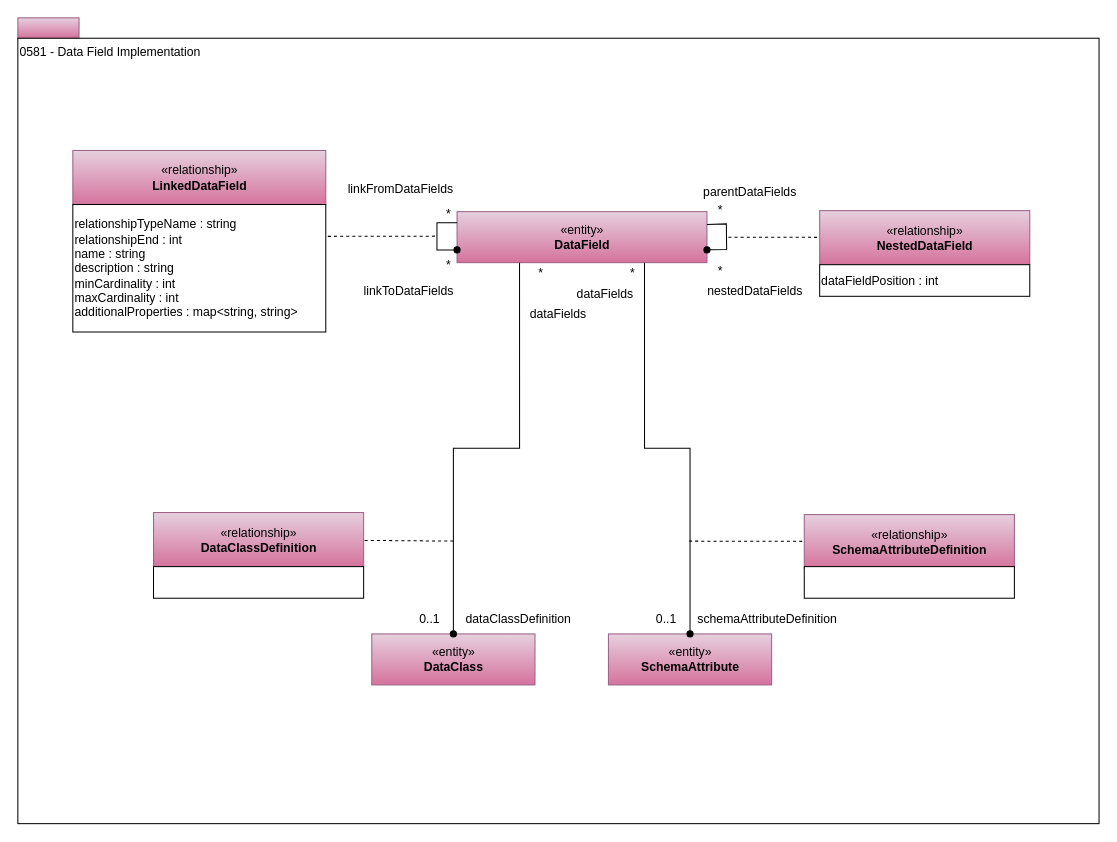
Before: page "0581-Data-Field-Implementation" (35 of 36) of site/docs/types/5/area-5-models-and-schema.drawio in odpi/egeria-docs, a draw.io diagram. Source tidied: cells renumbered, new cells numbered last; positions are measured from the earlier drawing's top-left corner, leaving out a move shared by most shapes. Both pictures are drawn from the tidied source at 102%, with x=0, y=0 at pixel (17, 17).
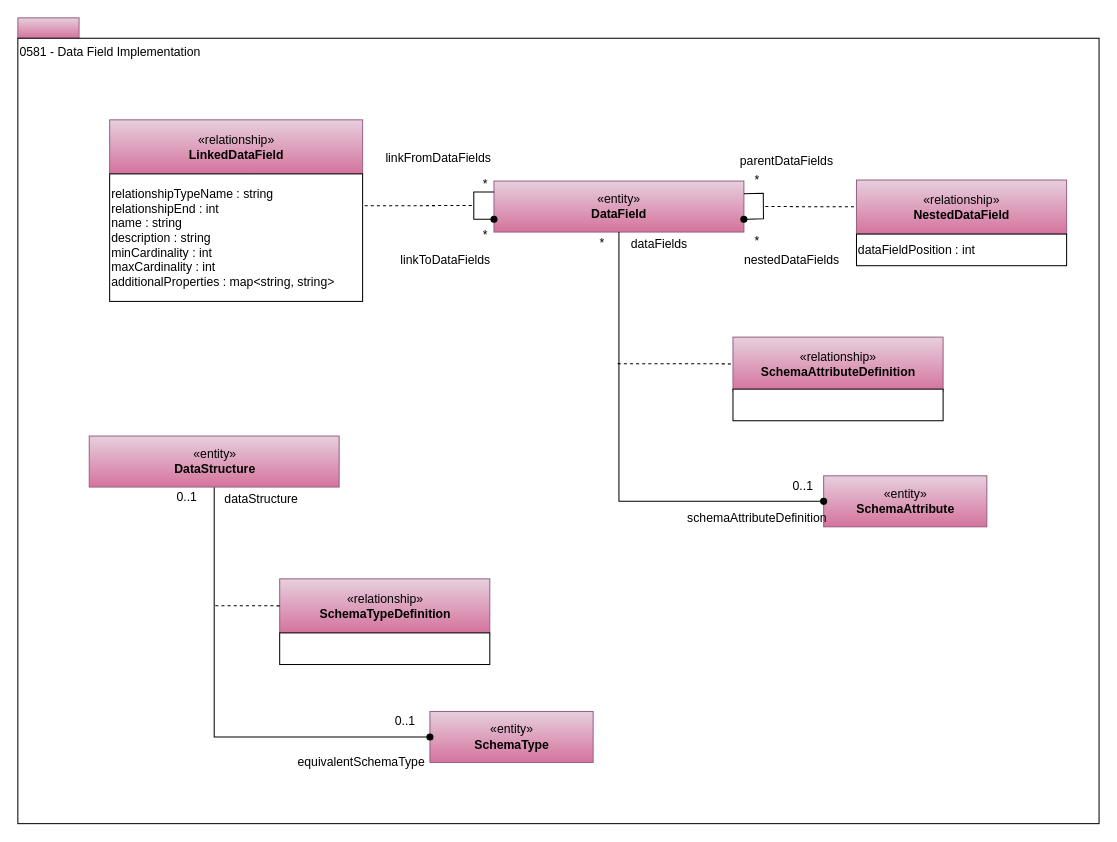
The same diagram, later.

Diff of the diagram source:
```diff
@@
     <mxCell id="4" value="«entity»&lt;br&gt;&lt;b&gt;DataField&lt;/b&gt;" style="html=1;strokeColor=#996185;align=center;fillColor=#e6d0de;gradientColor=#d5739d;" parent="1" vertex="1">
-      <mxGeometry x="430.6" y="190" width="245" height="50" as="geometry" />
+      <mxGeometry x="466.8" y="160" width="245" height="50" as="geometry" />
     </mxCell>
     <mxCell id="5" value="«relationship»&lt;br&gt;&lt;b&gt;NestedDataField&lt;/b&gt;" style="html=1;strokeColor=#996185;align=center;fillColor=#e6d0de;gradientColor=#d5739d;" parent="1" vertex="1">
-      <mxGeometry x="786.1" y="189" width="206" height="53" as="geometry" />
+      <mxGeometry x="822.2" y="159" width="206" height="53" as="geometry" />
     </mxCell>
     <mxCell id="6" style="endArrow=none;dashed=1;html=1;" parent="1" edge="1" target="5">
       <mxGeometry relative="1" as="geometry">
-        <mxPoint x="696.6" y="215" as="sourcePoint" />
+        <mxPoint x="732.8" y="185" as="sourcePoint" />
       </mxGeometry>
     </mxCell>
     <mxCell id="7" value="*" style="text;html=1;strokeColor=none;fillColor=none;align=center;verticalAlign=middle;whiteSpace=wrap;rounded=0;" parent="1" vertex="1">
-      <mxGeometry x="676.1" y="240" width="26" height="18" as="geometry" />
+      <mxGeometry x="712.2" y="210" width="26" height="18" as="geometry" />
     </mxCell>
     <mxCell id="8" value="*" style="text;html=1;strokeColor=none;fillColor=none;align=center;verticalAlign=middle;whiteSpace=wrap;rounded=0;" parent="1" vertex="1">
-      <mxGeometry x="669.1" y="178.5" width="40" height="20" as="geometry" />
+      <mxGeometry x="705.2" y="148.5" width="40" height="20" as="geometry" />
     </mxCell>
     <mxCell id="9" value="&lt;div style=&quot;text-align: left&quot;&gt;&lt;span&gt;dataFieldPosition : int&lt;/span&gt;&lt;/div&gt;" style="rounded=0;whiteSpace=wrap;html=1;align=left;" parent="1" vertex="1">
-      <mxGeometry x="786.1" y="242" width="206" height="31" as="geometry" />
+      <mxGeometry x="822.2" y="212" width="206" height="31" as="geometry" />
     </mxCell>
     <mxCell id="10" value="nestedDataFields" style="text;html=1;strokeColor=none;fillColor=none;align=center;verticalAlign=middle;whiteSpace=wrap;rounded=0;" parent="1" vertex="1">
-      <mxGeometry x="667.9" y="258" width="110" height="20" as="geometry" />
+      <mxGeometry x="704" y="228" width="110" height="20" as="geometry" />
     </mxCell>
     <mxCell id="11" value="parentDataFields" style="text;html=1;strokeColor=none;fillColor=none;align=center;verticalAlign=middle;whiteSpace=wrap;rounded=0;" parent="1" vertex="1">
-      <mxGeometry x="662.1" y="161" width="112" height="20" as="geometry" />
+      <mxGeometry x="698.2" y="131" width="112" height="20" as="geometry" />
     </mxCell>
     <mxCell id="12" value="«entity»&lt;br&gt;&lt;b&gt;SchemaAttribute&lt;/b&gt;" style="html=1;strokeColor=#996185;align=center;fillColor=#e6d0de;gradientColor=#d5739d;" parent="1" vertex="1">
-      <mxGeometry x="579" y="604" width="160" height="50" as="geometry" />
+      <mxGeometry x="790" y="449" width="160" height="50" as="geometry" />
     </mxCell>
     <mxCell id="13" value="schemaAttributeDefinition" style="text;html=1;strokeColor=none;fillColor=none;align=center;verticalAlign=middle;whiteSpace=wrap;rounded=0;" parent="1" vertex="1">
-      <mxGeometry x="672" y="580" width="126" height="20" as="geometry" />
+      <mxGeometry x="662.2" y="481" width="126" height="20" as="geometry" />
     </mxCell>
     <mxCell id="14" value="*" style="text;html=1;strokeColor=none;fillColor=none;align=center;verticalAlign=middle;whiteSpace=wrap;rounded=0;" parent="1" vertex="1">
-      <mxGeometry x="590" y="242" width="26" height="18" as="geometry" />
+      <mxGeometry x="560.1" y="212" width="26" height="18" as="geometry" />
     </mxCell>
     <mxCell id="15" value="0..1" style="text;html=1;strokeColor=none;fillColor=none;align=center;verticalAlign=middle;whiteSpace=wrap;rounded=0;" parent="1" vertex="1">
-      <mxGeometry x="616" y="580" width="40" height="20" as="geometry" />
+      <mxGeometry x="750" y="449" width="40" height="20" as="geometry" />
     </mxCell>
     <mxCell id="16" value="«relationship»&lt;br&gt;&lt;b&gt;SchemaAttributeDefinition&lt;/b&gt;" style="html=1;strokeColor=#996185;align=center;fillColor=#e6d0de;gradientColor=#d5739d;" parent="1" vertex="1">
-      <mxGeometry x="771" y="487" width="206" height="53" as="geometry" />
+      <mxGeometry x="701.1" y="313" width="206" height="53" as="geometry" />
     </mxCell>
     <mxCell id="17" style="endArrow=none;dashed=1;html=1;" parent="1" edge="1" target="16">
       <mxGeometry relative="1" as="geometry">
-        <mxPoint x="658" y="513" as="sourcePoint" />
+        <mxPoint x="588.1" y="339" as="sourcePoint" />
       </mxGeometry>
     </mxCell>
     <mxCell id="18" style="rounded=0;whiteSpace=wrap;html=1;align=left;" parent="1" vertex="1">
-      <mxGeometry x="771" y="538" width="206" height="31" as="geometry" />
+      <mxGeometry x="701.1" y="364" width="206" height="31" as="geometry" />
     </mxCell>
     <mxCell id="19" value="dataFields" style="text;html=1;strokeColor=none;fillColor=none;align=center;verticalAlign=middle;whiteSpace=wrap;rounded=0;" parent="1" vertex="1">
-      <mxGeometry x="536.2" y="261" width="79.8" height="20" as="geometry" />
+      <mxGeometry x="589.4" y="212" width="79.8" height="20" as="geometry" />
     </mxCell>
-    <mxCell id="20" style="edgeStyle=orthogonalEdgeStyle;rounded=0;html=1;entryX=0.75;entryY=1;endArrow=none;endFill=0;jettySize=auto;entryDx=0;entryDy=0;startArrow=oval;startFill=1;" parent="1" edge="1" source="12" target="4">
+    <mxCell id="20" style="edgeStyle=orthogonalEdgeStyle;rounded=0;html=1;entryX=0.5;entryY=1;endArrow=none;endFill=0;jettySize=auto;entryDx=0;entryDy=0;startArrow=oval;startFill=1;exitX=0;exitY=0.5;exitDx=0;exitDy=0;" parent="1" edge="1" source="12" target="4">
       <mxGeometry relative="1" as="geometry" />
     </mxCell>
     <mxCell id="21" style="endArrow=none;html=1;entryX=1;entryY=0.25;exitX=1;exitY=0.75;endFill=0;rounded=0;startArrow=oval;startFill=1;exitDx=0;exitDy=0;" parent="1" edge="1" source="4" target="4">
       <mxGeometry relative="1" as="geometry">
         <Array as="points">
-          <mxPoint x="694.9" y="227" />
-          <mxPoint x="694.6" y="202" />
+          <mxPoint x="731" y="197" />
+          <mxPoint x="730.8" y="172" />
         </Array>
       </mxGeometry>
     </mxCell>
     <mxCell id="22" style="edgeStyle=orthogonalEdgeStyle;rounded=0;jettySize=auto;html=1;exitX=0;exitY=0.5;exitDx=0;exitDy=0;endArrow=oval;endFill=1;entryX=0;entryY=0.75;entryDx=0;entryDy=0;" parent="1" edge="1" target="4">
       <mxGeometry relative="1" as="geometry">
-        <mxPoint x="430.6" y="200.8" as="sourcePoint" />
+        <mxPoint x="466.8" y="170.8" as="sourcePoint" />
         <Array as="points">
-          <mxPoint x="410.9" y="201" />
-          <mxPoint x="410.9" y="228" />
+          <mxPoint x="447" y="171" />
+          <mxPoint x="447" y="198" />
         </Array>
       </mxGeometry>
     </mxCell>
     <mxCell id="23" value="«relationship»&lt;br&gt;&lt;b&gt;LinkedDataField&lt;/b&gt;" style="html=1;strokeColor=#996185;align=center;fillColor=#e6d0de;gradientColor=#d5739d;" parent="1" vertex="1">
-      <mxGeometry x="53.9" y="130" width="248" height="53" as="geometry" />
+      <mxGeometry x="90" y="100" width="248" height="53" as="geometry" />
     </mxCell>
     <mxCell id="24" style="endArrow=none;dashed=1;html=1;entryX=1;entryY=0.25;entryDx=0;entryDy=0;" parent="1" edge="1" target="25">
       <mxGeometry relative="1" as="geometry">
-        <mxPoint x="408.9" y="214" as="sourcePoint" />
+        <mxPoint x="445" y="184" as="sourcePoint" />
       </mxGeometry>
     </mxCell>
     <mxCell id="25" value="relationshipTypeName : string&lt;br&gt;relationshipEnd : int&lt;br&gt;name : string&lt;br&gt;description : string&lt;br&gt;minCardinality : int&lt;br style=&quot;border-color: var(--border-color);&quot;&gt;maxCardinality : int&lt;br&gt;additionalProperties : map&amp;lt;string, string&amp;gt;" style="rounded=0;whiteSpace=wrap;html=1;align=left;" parent="1" vertex="1">
-      <mxGeometry x="53.9" y="183" width="248" height="125" as="geometry" />
+      <mxGeometry x="90" y="153" width="248" height="125" as="geometry" />
     </mxCell>
     <mxCell id="26" value="linkFromDataFields" style="text;html=1;align=center;verticalAlign=middle;strokeColor=none;fillColor=none;" parent="1" vertex="1">
-      <mxGeometry x="314.9" y="155" width="121" height="26" as="geometry" />
+      <mxGeometry x="351" y="125" width="121" height="26" as="geometry" />
     </mxCell>
     <mxCell id="27" value="linkToDataFields" style="text;html=1;align=center;verticalAlign=middle;strokeColor=none;fillColor=none;" parent="1" vertex="1">
-      <mxGeometry x="329.9" y="255" width="106" height="26" as="geometry" />
+      <mxGeometry x="366" y="225" width="106" height="26" as="geometry" />
     </mxCell>
     <mxCell id="28" value="*" style="text;html=1;align=center;verticalAlign=middle;strokeColor=none;fillColor=none;" parent="1" vertex="1">
-      <mxGeometry x="410.1" y="230.2" width="23" height="26" as="geometry" />
+      <mxGeometry x="446.2" y="200.2" width="23" height="26" as="geometry" />
     </mxCell>
     <mxCell id="29" value="*" style="text;html=1;align=center;verticalAlign=middle;strokeColor=none;fillColor=none;" parent="1" vertex="1">
-      <mxGeometry x="410.1" y="180" width="23" height="26" as="geometry" />
+      <mxGeometry x="446.2" y="150" width="23" height="26" as="geometry" />
     </mxCell>
-    <mxCell id="30" value="«entity»&lt;br&gt;&lt;b&gt;DataClass&lt;/b&gt;" style="html=1;strokeColor=#996185;align=center;fillColor=#e6d0de;gradientColor=#d5739d;" parent="1" vertex="1">
-      <mxGeometry x="347" y="604" width="160" height="50" as="geometry" />
+    <mxCell id="30" value="«entity»&lt;br&gt;&lt;b&gt;SchemaType&lt;/b&gt;" style="html=1;strokeColor=#996185;align=center;fillColor=#e6d0de;gradientColor=#d5739d;" parent="1" vertex="1">
+      <mxGeometry x="404" y="680" width="160" height="50" as="geometry" />
     </mxCell>
-    <mxCell id="31" value="dataClassDefinition" style="text;html=1;strokeColor=none;fillColor=none;align=center;verticalAlign=middle;whiteSpace=wrap;rounded=0;" parent="1" vertex="1">
-      <mxGeometry x="428" y="580" width="126" height="20" as="geometry" />
+    <mxCell id="31" value="equivalentSchemaType" style="text;html=1;strokeColor=none;fillColor=none;align=center;verticalAlign=middle;whiteSpace=wrap;rounded=0;" parent="1" vertex="1">
+      <mxGeometry x="274" y="720" width="126" height="20" as="geometry" />
     </mxCell>
-    <mxCell id="32" value="*" style="text;html=1;strokeColor=none;fillColor=none;align=center;verticalAlign=middle;whiteSpace=wrap;rounded=0;" parent="1" vertex="1">
-      <mxGeometry x="500" y="242" width="26" height="18" as="geometry" />
-    </mxCell>
     <mxCell id="33" value="0..1" style="text;html=1;strokeColor=none;fillColor=none;align=center;verticalAlign=middle;whiteSpace=wrap;rounded=0;" parent="1" vertex="1">
-      <mxGeometry x="384" y="580" width="40" height="20" as="geometry" />
+      <mxGeometry x="146" y="460" width="40" height="20" as="geometry" />
     </mxCell>
-    <mxCell id="34" value="«relationship»&lt;br&gt;&lt;b&gt;DataClassDefinition&lt;/b&gt;" style="html=1;strokeColor=#996185;align=center;fillColor=#e6d0de;gradientColor=#d5739d;" parent="1" vertex="1">
-      <mxGeometry x="133" y="485" width="206" height="53" as="geometry" />
+    <mxCell id="34" value="«relationship»&lt;br&gt;&lt;b&gt;SchemaTypeDefinition&lt;/b&gt;" style="html=1;strokeColor=#996185;align=center;fillColor=#e6d0de;gradientColor=#d5739d;" parent="1" vertex="1">
+      <mxGeometry x="256.7" y="550" width="206" height="53" as="geometry" />
     </mxCell>
-    <mxCell id="35" style="endArrow=none;dashed=1;html=1;" parent="1" edge="1" target="34">
+    <mxCell id="35" style="endArrow=none;dashed=1;html=1;entryX=0;entryY=0.5;entryDx=0;entryDy=0;exitX=0.066;exitY=0.638;exitDx=0;exitDy=0;exitPerimeter=0;" parent="1" edge="1" target="34">
       <mxGeometry relative="1" as="geometry">
-        <mxPoint x="427" y="513" as="sourcePoint" />
+        <mxPoint x="193.6" y="576.3" as="sourcePoint" />
       </mxGeometry>
     </mxCell>
     <mxCell id="36" style="rounded=0;whiteSpace=wrap;html=1;align=left;" parent="1" vertex="1">
-      <mxGeometry x="133" y="538" width="206" height="31" as="geometry" />
+      <mxGeometry x="256.7" y="603" width="206" height="31" as="geometry" />
     </mxCell>
-    <mxCell id="37" value="dataFields" style="text;html=1;strokeColor=none;fillColor=none;align=center;verticalAlign=middle;whiteSpace=wrap;rounded=0;" parent="1" vertex="1">
-      <mxGeometry x="490.9" y="281" width="78.2" height="20" as="geometry" />
+    <mxCell id="37" value="dataStructure" style="text;html=1;strokeColor=none;fillColor=none;align=center;verticalAlign=middle;whiteSpace=wrap;rounded=0;" parent="1" vertex="1">
+      <mxGeometry x="199.6" y="462" width="78.2" height="20" as="geometry" />
     </mxCell>
-    <mxCell id="38" style="edgeStyle=orthogonalEdgeStyle;rounded=0;html=1;entryX=0.25;entryY=1;endArrow=none;endFill=0;jettySize=auto;entryDx=0;entryDy=0;startArrow=oval;startFill=1;" parent="1" edge="1" source="30" target="4">
+    <mxCell id="38" style="edgeStyle=orthogonalEdgeStyle;rounded=0;html=1;entryX=0.5;entryY=1;endArrow=none;endFill=0;jettySize=auto;entryDx=0;entryDy=0;startArrow=oval;startFill=1;" parent="1" edge="1" source="30" target="39">
       <mxGeometry relative="1" as="geometry" />
     </mxCell>
+    <mxCell id="39" value="«entity»&lt;br&gt;&lt;b&gt;DataStructure&lt;/b&gt;" style="html=1;strokeColor=#996185;align=center;fillColor=#e6d0de;gradientColor=#d5739d;" parent="1" vertex="1">
+      <mxGeometry x="70" y="410" width="245" height="50" as="geometry" />
+    </mxCell>
+    <mxCell id="40" value="0..1" style="text;html=1;strokeColor=none;fillColor=none;align=center;verticalAlign=middle;whiteSpace=wrap;rounded=0;" parent="1" vertex="1">
+      <mxGeometry x="360" y="680" width="40" height="20" as="geometry" />
+    </mxCell>
```
